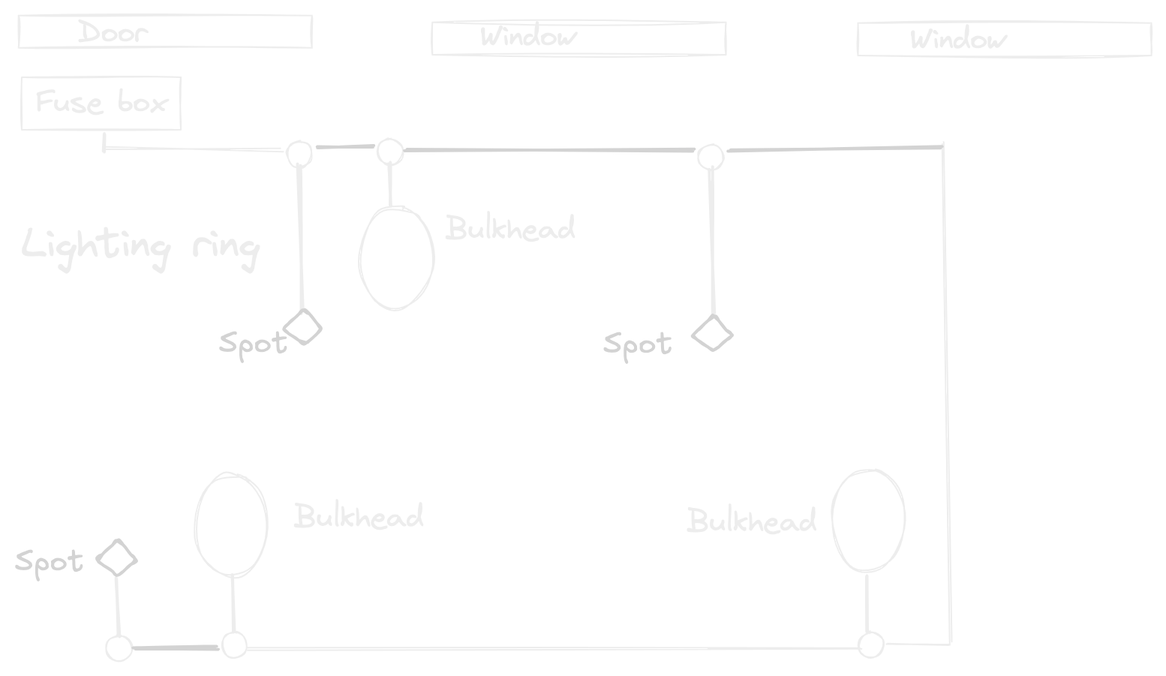
The Excalidraw diagram static/images/light-ring-work-25.png in maxcroasdale/maxcroasdale.github.io, before a commit. Source tidied: one line per element, renumbered; positions are measured from the earlier drawing's top-left corner, leaving out a move shared by most shapes.
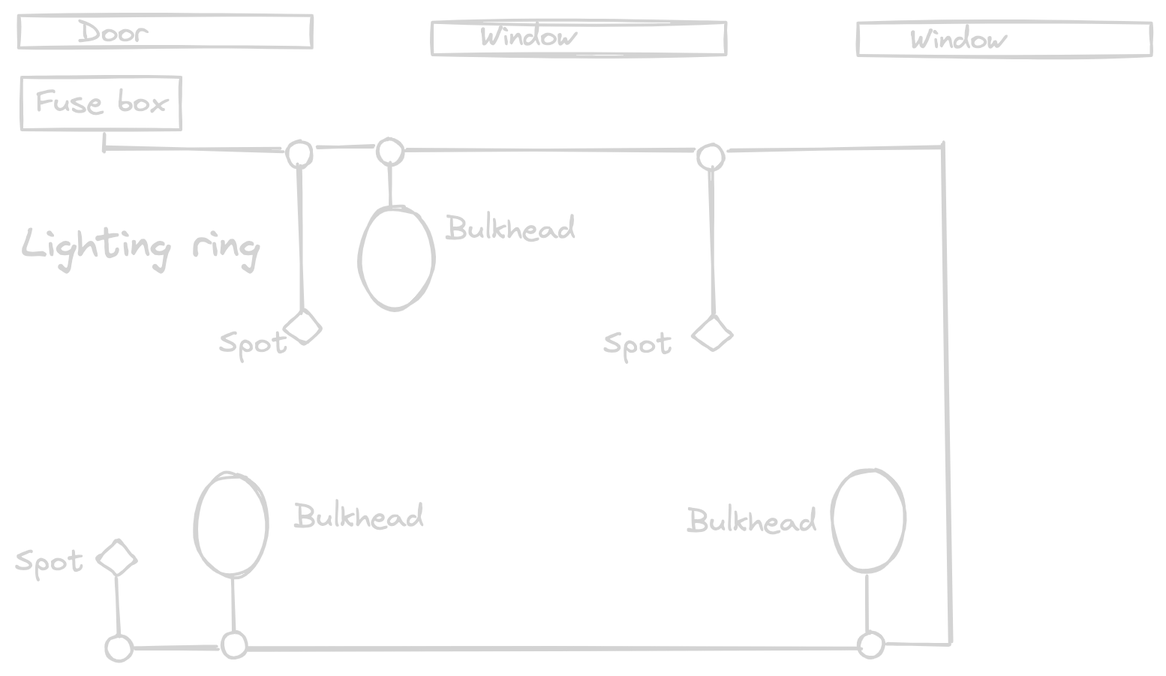
The same file after the commit.

Change to the diagram source:
```diff
@@ -1,42 +1,42 @@
-{"id": 0, "type": "rectangle", "strokeColor": "#000000", "strokeWidth": 1, "roughness": 1, "x": 5, "y": 41, "width": 106, "height": 35}
+{"id": 0, "type": "rectangle", "strokeColor": "#1e1e1e", "strokeWidth": 2, "roughness": 1, "x": 5, "y": 41, "width": 106, "height": 35}
-{"id": 1, "type": "text", "text": "Fuse box", "strokeColor": "#000000", "strokeWidth": 1, "roughness": 1, "fontSize": 20, "fontFamily": 1, "textAlign": "center", "verticalAlign": "middle", "inside": 0, "x": 10, "y": 46, "width": 96, "height": 25}
+{"id": 1, "type": "text", "text": "Fuse box", "strokeColor": "#1e1e1e", "strokeWidth": 1, "roughness": 1, "fontSize": 20, "fontFamily": 1, "textAlign": "center", "verticalAlign": "middle", "inside": 0, "x": 10, "y": 46, "width": 96, "height": 25}
-{"id": 2, "type": "rectangle", "strokeColor": "#000000", "strokeWidth": 1, "roughness": 1, "x": 2, "y": 0, "width": 196, "height": 22}
+{"id": 2, "type": "rectangle", "strokeColor": "#1e1e1e", "strokeWidth": 2, "roughness": 1, "x": 2, "y": 0, "width": 196, "height": 22}
-{"id": 3, "type": "text", "text": "Door", "strokeColor": "#000000", "strokeWidth": 1, "roughness": 1, "fontSize": 20, "fontFamily": 1, "x": 42, "y": 0, "width": 47, "height": 25}
+{"id": 3, "type": "text", "text": "Door", "strokeColor": "#1e1e1e", "strokeWidth": 2, "roughness": 1, "fontSize": 20, "fontFamily": 1, "x": 42, "y": 0, "width": 47, "height": 25}
-{"id": 4, "type": "rectangle", "strokeColor": "#000000", "strokeWidth": 1, "roughness": 1, "x": 278, "y": 5, "width": 196, "height": 22}
+{"id": 4, "type": "rectangle", "strokeColor": "#1e1e1e", "strokeWidth": 2, "roughness": 1, "x": 278, "y": 5, "width": 196, "height": 22}
-{"id": 5, "type": "rectangle", "strokeColor": "#000000", "strokeWidth": 1, "roughness": 1, "x": 562, "y": 5, "width": 196, "height": 22}
+{"id": 5, "type": "rectangle", "strokeColor": "#1e1e1e", "strokeWidth": 2, "roughness": 1, "x": 562, "y": 5, "width": 196, "height": 22}
-{"id": 6, "type": "text", "text": "Window", "strokeColor": "#000000", "strokeWidth": 1, "roughness": 1, "fontSize": 20, "fontFamily": 1, "x": 310, "y": 2, "width": 64, "height": 25}
+{"id": 6, "type": "text", "text": "Window", "strokeColor": "#1e1e1e", "strokeWidth": 2, "roughness": 1, "fontSize": 20, "fontFamily": 1, "x": 310, "y": 2, "width": 64, "height": 25}
-{"id": 7, "type": "text", "text": "Window", "strokeColor": "#000000", "strokeWidth": 1, "roughness": 1, "fontSize": 20, "fontFamily": 1, "x": 597, "y": 4, "width": 64, "height": 25}
+{"id": 7, "type": "text", "text": "Window", "strokeColor": "#1e1e1e", "strokeWidth": 2, "roughness": 1, "fontSize": 20, "fontFamily": 1, "x": 597, "y": 4, "width": 64, "height": 25}
-{"id": 8, "type": "line", "strokeColor": "#000000", "strokeWidth": 2, "roughness": 1, "round": true, "x": 250, "y": 127, "width": 0, "height": 28, "points": [[0, 0], [0, -28]]}
+{"id": 8, "type": "line", "strokeColor": "#1e1e1e", "strokeWidth": 2, "roughness": 1, "round": true, "x": 250, "y": 127, "width": 0, "height": 28, "points": [[0, 0], [0, -28]]}
-{"id": 9, "type": "line", "strokeColor": "#000000", "strokeWidth": 2, "roughness": 1, "round": true, "x": 567, "y": 411, "width": 0, "height": 37, "points": [[0, 0], [0, -37]]}
+{"id": 9, "type": "line", "strokeColor": "#1e1e1e", "strokeWidth": 2, "roughness": 1, "round": true, "x": 567, "y": 411, "width": 0, "height": 37, "points": [[0, 0], [0, -37]]}
-{"id": 10, "type": "line", "strokeColor": "#000000", "strokeWidth": 2, "roughness": 1, "round": true, "x": 59, "y": 91, "width": 0, "height": 12, "points": [[0, 0], [0, -12]]}
+{"id": 10, "type": "line", "strokeColor": "#1e1e1e", "strokeWidth": 2, "roughness": 1, "round": true, "x": 59, "y": 91, "width": 0, "height": 12, "points": [[0, 0], [0, -12]]}
-{"id": 11, "type": "text", "text": "Lighting ring", "strokeColor": "#000000", "strokeWidth": 2, "roughness": 1, "fontSize": 28, "fontFamily": 1, "x": 4, "y": 135, "width": 160, "height": 36}
+{"id": 11, "type": "text", "text": "Lighting ring", "strokeColor": "#1e1e1e", "strokeWidth": 2, "roughness": 1, "fontSize": 28, "fontFamily": 1, "x": 4, "y": 135, "width": 160, "height": 36}
-{"id": 12, "type": "ellipse", "strokeColor": "#000000", "strokeWidth": 1, "roughness": 1, "x": 229, "y": 127, "width": 49, "height": 69}
+{"id": 12, "type": "ellipse", "strokeColor": "#1e1e1e", "strokeWidth": 2, "roughness": 1, "x": 229, "y": 127, "width": 49, "height": 69}
-{"id": 13, "type": "ellipse", "strokeColor": "#000000", "strokeWidth": 1, "roughness": 1, "x": 544, "y": 302, "width": 49, "height": 69}
+{"id": 13, "type": "ellipse", "strokeColor": "#1e1e1e", "strokeWidth": 2, "roughness": 1, "x": 544, "y": 302, "width": 49, "height": 69}
-{"id": 14, "type": "line", "strokeColor": "#000000", "strokeWidth": 2, "roughness": 1, "round": true, "x": 146, "y": 411, "width": 1, "height": 38, "points": [[0, 0], [-1, -38]]}
+{"id": 14, "type": "line", "strokeColor": "#1e1e1e", "strokeWidth": 2, "roughness": 1, "round": true, "x": 146, "y": 411, "width": 1, "height": 38, "points": [[0, 0], [-1, -38]]}
-{"id": 15, "type": "ellipse", "strokeColor": "#000000", "strokeWidth": 1, "roughness": 1, "x": 120, "y": 306, "width": 49, "height": 69}
+{"id": 15, "type": "ellipse", "strokeColor": "#1e1e1e", "strokeWidth": 2, "roughness": 1, "x": 120, "y": 306, "width": 49, "height": 69}
-{"id": 16, "type": "text", "text": "Bulkhead", "strokeColor": "#000000", "strokeWidth": 1, "roughness": 1, "fontSize": 20, "fontFamily": 1, "x": 186, "y": 323, "width": 87, "height": 25}
+{"id": 16, "type": "text", "text": "Bulkhead", "strokeColor": "#1e1e1e", "strokeWidth": 2, "roughness": 1, "fontSize": 20, "fontFamily": 1, "x": 186, "y": 323, "width": 87, "height": 25}
-{"id": 17, "type": "text", "text": "Bulkhead", "strokeColor": "#000000", "strokeWidth": 1, "roughness": 1, "fontSize": 20, "fontFamily": 1, "x": 448, "y": 326, "width": 87, "height": 25}
+{"id": 17, "type": "text", "text": "Bulkhead", "strokeColor": "#1e1e1e", "strokeWidth": 2, "roughness": 1, "fontSize": 20, "fontFamily": 1, "x": 448, "y": 326, "width": 87, "height": 25}
-{"id": 18, "type": "text", "text": "Bulkhead", "strokeColor": "#000000", "strokeWidth": 1, "roughness": 1, "fontSize": 20, "fontFamily": 1, "x": 287, "y": 131, "width": 87, "height": 25}
+{"id": 18, "type": "text", "text": "Bulkhead", "strokeColor": "#1e1e1e", "strokeWidth": 2, "roughness": 1, "fontSize": 20, "fontFamily": 1, "x": 287, "y": 131, "width": 87, "height": 25}
-{"id": 19, "type": "ellipse", "strokeColor": "#000000", "strokeWidth": 1, "roughness": 1, "x": 242, "y": 83, "width": 17, "height": 17}
+{"id": 19, "type": "ellipse", "strokeColor": "#1e1e1e", "strokeWidth": 2, "roughness": 1, "x": 242, "y": 83, "width": 17, "height": 17}
-{"id": 20, "type": "ellipse", "strokeColor": "#000000", "strokeWidth": 1, "roughness": 1, "x": 562, "y": 411, "width": 17, "height": 17}
+{"id": 20, "type": "ellipse", "strokeColor": "#1e1e1e", "strokeWidth": 2, "roughness": 1, "x": 562, "y": 411, "width": 17, "height": 17}
-{"id": 21, "type": "ellipse", "strokeColor": "#000000", "strokeWidth": 1, "roughness": 1, "x": 138, "y": 411, "width": 17, "height": 17}
+{"id": 21, "type": "ellipse", "strokeColor": "#1e1e1e", "strokeWidth": 2, "roughness": 1, "x": 138, "y": 411, "width": 17, "height": 17}
-{"id": 22, "type": "line", "strokeColor": "#000000", "strokeWidth": 1, "roughness": 1, "round": true, "x": 177, "y": 90, "width": 117, "height": 1, "points": [[0, 0], [-117, -1]]}
+{"id": 22, "type": "line", "strokeColor": "#1e1e1e", "strokeWidth": 2, "roughness": 1, "round": true, "x": 177, "y": 90, "width": 117, "height": 1, "points": [[0, 0], [-117, -1]]}
-{"id": 23, "type": "line", "strokeColor": "#000000", "strokeWidth": 1, "roughness": 1, "round": true, "x": 581, "y": 419, "width": 42, "height": 1, "points": [[0, 0], [42, 1]]}
+{"id": 23, "type": "line", "strokeColor": "#1e1e1e", "strokeWidth": 2, "roughness": 1, "round": true, "x": 581, "y": 419, "width": 42, "height": 1, "points": [[0, 0], [42, 1]]}
-{"id": 24, "type": "line", "strokeColor": "#000000", "strokeWidth": 1, "roughness": 1, "round": true, "x": 624, "y": 419, "width": 5, "height": 334, "points": [[0, 0], [-5, -334]]}
+{"id": 24, "type": "line", "strokeColor": "#1e1e1e", "strokeWidth": 2, "roughness": 1, "round": true, "x": 624, "y": 419, "width": 5, "height": 334, "points": [[0, 0], [-5, -334]]}
-{"id": 25, "type": "line", "strokeColor": "#000000", "strokeWidth": 1, "roughness": 1, "round": true, "x": 564, "y": 421, "width": 409, "height": 1, "points": [[0, 0], [-409, 1]]}
+{"id": 25, "type": "line", "strokeColor": "#1e1e1e", "strokeWidth": 2, "roughness": 1, "round": true, "x": 564, "y": 421, "width": 409, "height": 1, "points": [[0, 0], [-409, 1]]}
-{"id": 26, "type": "line", "strokeColor": "#000000", "strokeWidth": 2, "roughness": 1, "round": true, "x": 191, "y": 197, "width": 2, "height": 97, "points": [[0, 0], [-2, -97]]}
+{"id": 26, "type": "line", "strokeColor": "#1e1e1e", "strokeWidth": 2, "roughness": 1, "round": true, "x": 191, "y": 197, "width": 2, "height": 97, "points": [[0, 0], [-2, -97]]}
-{"id": 27, "type": "ellipse", "strokeColor": "#000000", "strokeWidth": 1, "roughness": 1, "x": 181, "y": 84, "width": 17, "height": 17}
+{"id": 27, "type": "ellipse", "strokeColor": "#1e1e1e", "strokeWidth": 2, "roughness": 1, "x": 181, "y": 84, "width": 17, "height": 17}
 {"id": 28, "type": "line", "strokeColor": "#1e1e1e", "strokeWidth": 2, "roughness": 1, "round": true, "x": 239, "y": 87, "width": 38, "height": 1, "points": [[0, 0], [-38, 1]]}
 {"id": 29, "type": "text", "text": "Spot", "strokeColor": "#1e1e1e", "strokeWidth": 2, "roughness": 1, "fontSize": 20, "fontFamily": 5, "x": 136, "y": 207, "width": 46, "height": 25}
 {"id": 30, "type": "diamond", "strokeColor": "#1e1e1e", "strokeWidth": 2, "roughness": 1, "round": true, "x": 179, "y": 196, "width": 26, "height": 24}
-{"id": 31, "type": "line", "strokeColor": "#000000", "strokeWidth": 2, "roughness": 1, "round": true, "x": 465, "y": 199, "width": 2, "height": 97, "points": [[0, 0], [-2, -97]]}
+{"id": 31, "type": "line", "strokeColor": "#1e1e1e", "strokeWidth": 2, "roughness": 1, "round": true, "x": 465, "y": 199, "width": 2, "height": 97, "points": [[0, 0], [-2, -97]]}
-{"id": 32, "type": "ellipse", "strokeColor": "#000000", "strokeWidth": 1, "roughness": 1, "x": 455, "y": 86, "width": 17, "height": 17}
+{"id": 32, "type": "ellipse", "strokeColor": "#1e1e1e", "strokeWidth": 2, "roughness": 1, "x": 455, "y": 86, "width": 17, "height": 17}
 {"id": 33, "type": "line", "strokeColor": "#1e1e1e", "strokeWidth": 2, "roughness": 1, "round": true, "x": 260, "y": 90, "width": 193, "height": 1, "points": [[0, 0], [193, -1]]}
 {"id": 34, "type": "line", "strokeColor": "#1e1e1e", "strokeWidth": 2, "roughness": 1, "round": true, "x": 476, "y": 90, "width": 142, "height": 2, "points": [[0, 0], [142, -2]]}
 {"id": 35, "type": "diamond", "strokeColor": "#1e1e1e", "strokeWidth": 2, "roughness": 1, "round": true, "x": 451, "y": 200, "width": 26, "height": 24}
 {"id": 36, "type": "text", "text": "Spot", "strokeColor": "#1e1e1e", "strokeWidth": 2, "roughness": 1, "fontSize": 20, "fontFamily": 5, "x": 392, "y": 207, "width": 46, "height": 25}
-{"id": 37, "type": "line", "strokeColor": "#000000", "strokeWidth": 2, "roughness": 1, "round": true, "x": 69, "y": 413, "width": 1, "height": 38, "points": [[0, 0], [-1, -38]]}
+{"id": 37, "type": "line", "strokeColor": "#1e1e1e", "strokeWidth": 2, "roughness": 1, "round": true, "x": 69, "y": 413, "width": 1, "height": 38, "points": [[0, 0], [-1, -38]]}
-{"id": 38, "type": "ellipse", "strokeColor": "#000000", "strokeWidth": 1, "roughness": 1, "x": 61, "y": 414, "width": 17, "height": 17}
+{"id": 38, "type": "ellipse", "strokeColor": "#1e1e1e", "strokeWidth": 2, "roughness": 1, "x": 61, "y": 414, "width": 17, "height": 17}
 {"id": 39, "type": "line", "strokeColor": "#1e1e1e", "strokeWidth": 2, "roughness": 1, "round": true, "x": 80, "y": 422, "width": 56, "height": 1, "points": [[0, 0], [56, 1]]}
 {"id": 40, "type": "diamond", "strokeColor": "#1e1e1e", "strokeWidth": 2, "roughness": 1, "round": true, "x": 55, "y": 350, "width": 26, "height": 24}
 {"id": 41, "type": "text", "text": "Spot", "strokeColor": "#1e1e1e", "strokeWidth": 2, "roughness": 1, "fontSize": 20, "fontFamily": 5, "x": 0, "y": 352, "width": 46, "height": 25}
```
